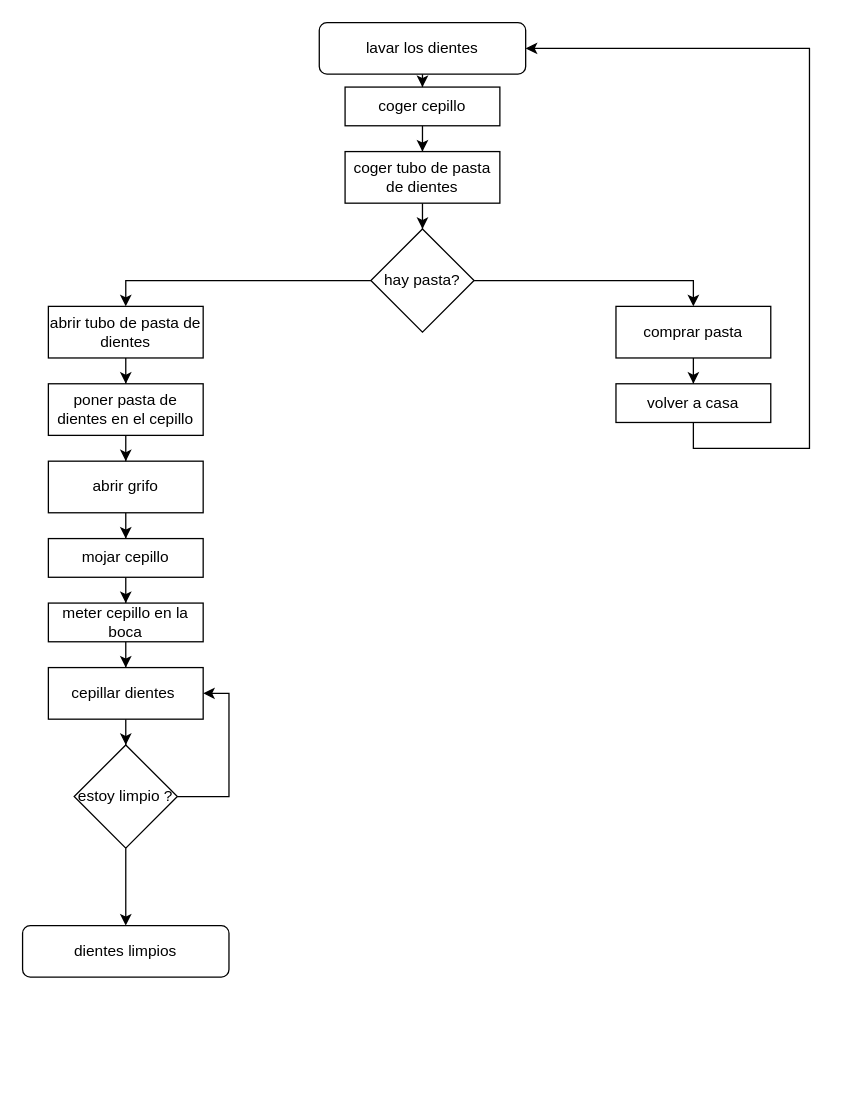
This is Untitled Diagram.drawio from RafaelAdiego/aboutne, a draw.io file, before an edit. Source tidied: cells renumbered, new cells numbered last; positions are measured from the earlier drawing's top-left corner, leaving out a move shared by most shapes. Both pictures are drawn from the tidied source at 129%, with x=0, y=0 at pixel (22, 22).
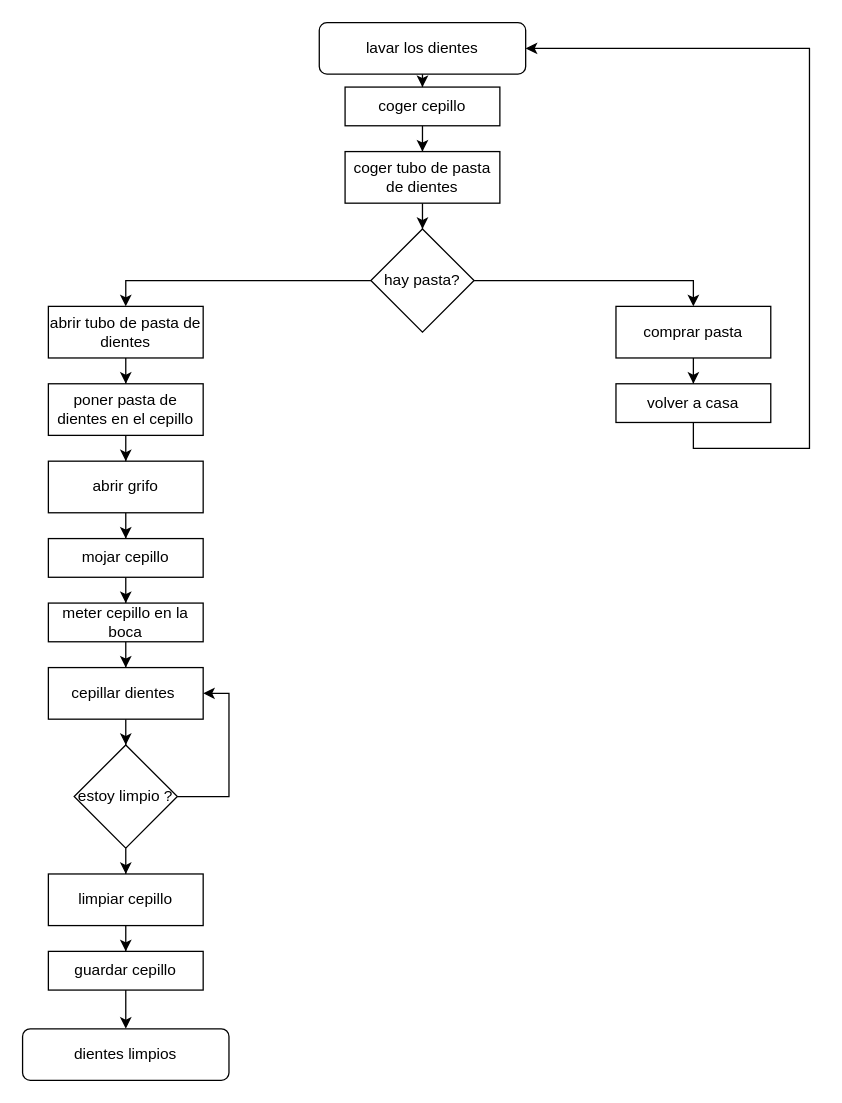
After the change.

Commit message:
diagrama cepillo

Unchanged cells that the change refers to:
```xml
<mxCell id="30" value="estoy limpio ?" style="rhombus;whiteSpace=wrap;html=1;" parent="1" vertex="1">
  <mxGeometry x="40" y="560" width="80" height="80" as="geometry" />
</mxCell>
```

The edit, as a diff of the source:
```diff
@@
     <mxCell id="4" value="dientes limpios" style="rounded=1;whiteSpace=wrap;html=1;" parent="1" vertex="1">
-      <mxGeometry y="700" width="160" height="40" as="geometry" />
+      <mxGeometry y="780" width="160" height="40" as="geometry" />
     </mxCell>
@@
-    <mxCell id="28" style="edgeStyle=orthogonalEdgeStyle;rounded=0;jettySize=auto;html=1;entryX=0.5;entryY=0;entryDx=0;entryDy=0;" parent="1" edge="1" source="30" target="4">
-      <mxGeometry relative="1" as="geometry" />
-    </mxCell>
@@
+    <mxCell id="31" style="edgeStyle=orthogonalEdgeStyle;rounded=0;jettySize=auto;html=1;" parent="1" edge="1" source="30" target="33">
+      <mxGeometry relative="1" as="geometry" />
+    </mxCell>
@@
+    <mxCell id="32" style="edgeStyle=orthogonalEdgeStyle;rounded=0;jettySize=auto;html=1;" parent="1" edge="1" source="33" target="35">
+      <mxGeometry relative="1" as="geometry" />
+    </mxCell>
+    <mxCell id="33" value="limpiar cepillo" style="rounded=0;whiteSpace=wrap;html=1;" parent="1" vertex="1">
+      <mxGeometry x="20" y="660" width="120" height="40" as="geometry" />
+    </mxCell>
+    <mxCell id="34" style="edgeStyle=orthogonalEdgeStyle;rounded=0;jettySize=auto;html=1;" parent="1" edge="1" source="35" target="4">
+      <mxGeometry relative="1" as="geometry" />
+    </mxCell>
+    <mxCell id="35" value="guardar cepillo" style="rounded=0;whiteSpace=wrap;html=1;" parent="1" vertex="1">
+      <mxGeometry x="20" y="720" width="120" height="30" as="geometry" />
+    </mxCell>
```
